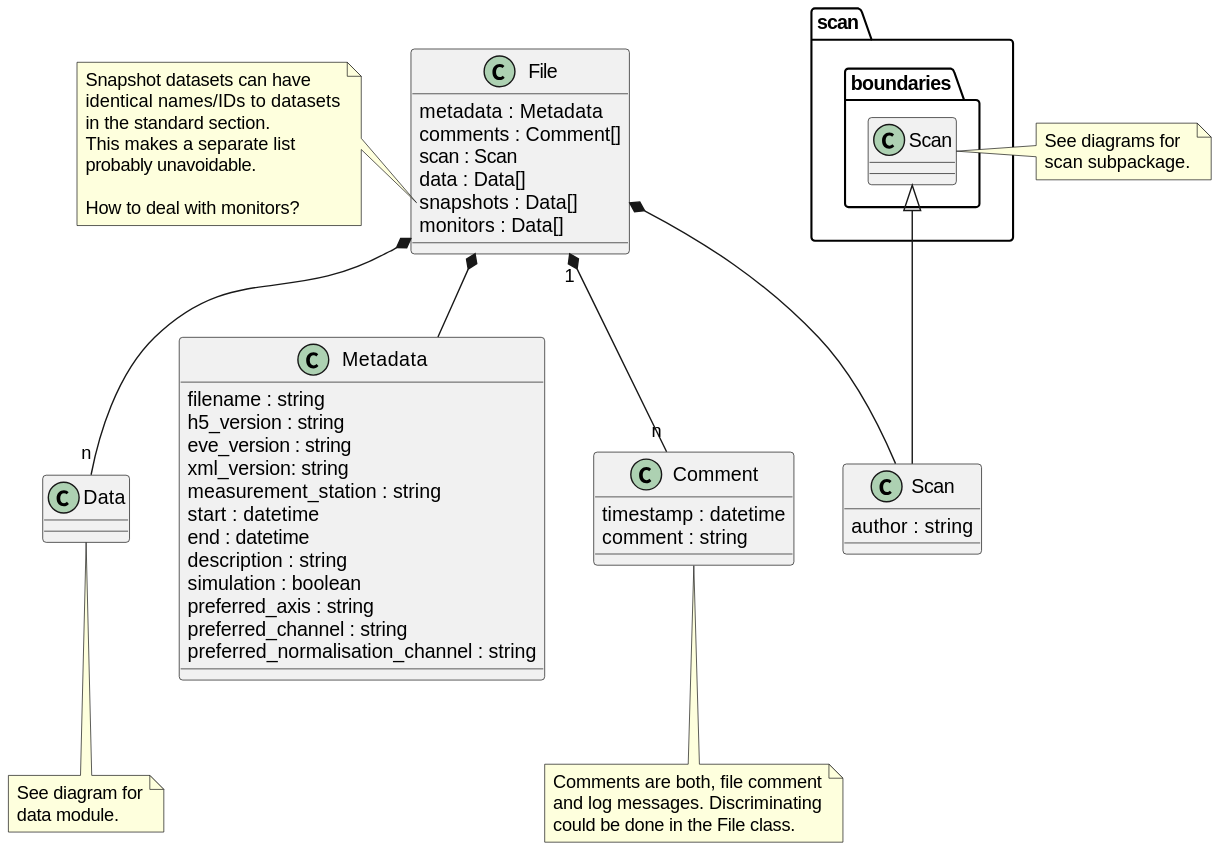
The PlantUML diagram docs/uml/evedata.evefile.file.svg in tillbiskup/evedata, before a commit.
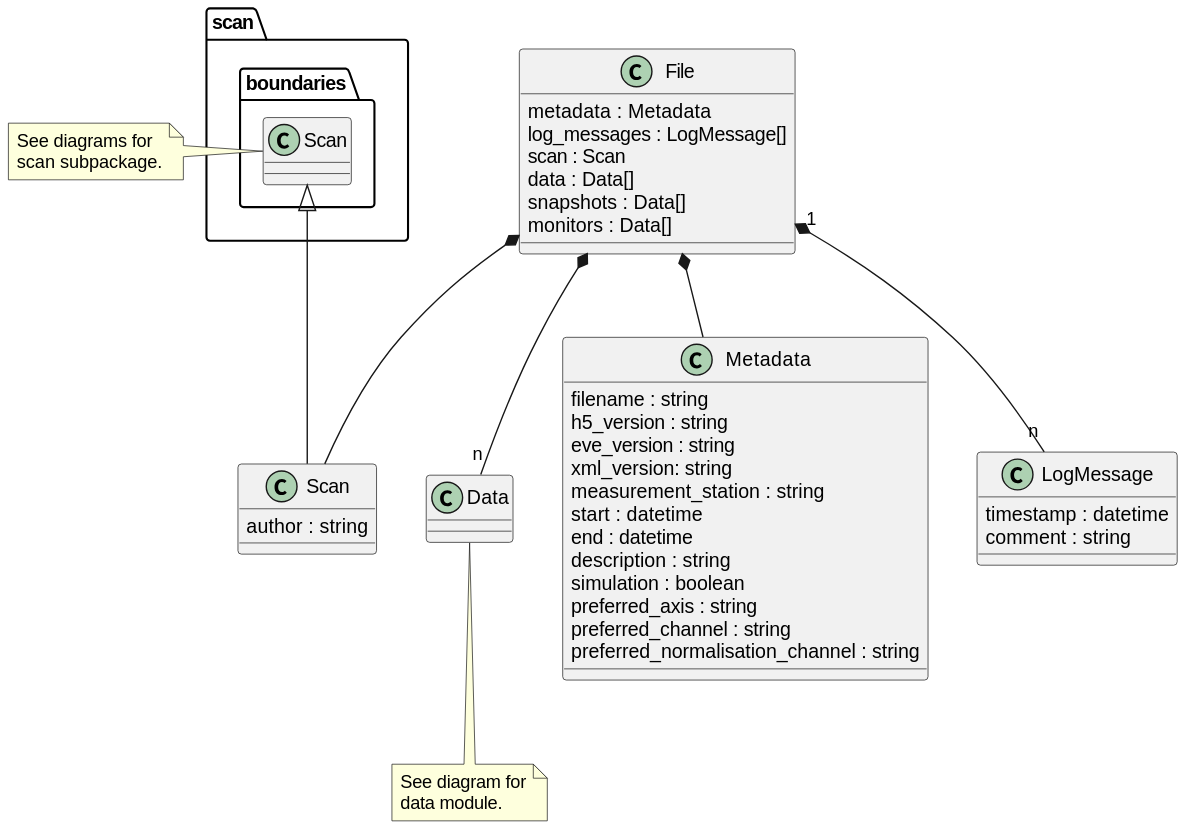
The same file after the commit.

Commit message:
Rename comments to log_messages for consistency

What changed in the source:
```diff
@@ -1,21 +1,12 @@
 @startuml
 class File {
     metadata : Metadata
-    comments : Comment[]
+    log_messages : LogMessage[]
     scan : Scan
     data : Data[]
     snapshots : Data[]
     monitors : Data[]
 }
-note left of File::snapshots
-    Snapshot datasets can have
-    identical names/IDs to datasets
-    in the standard section.
-    This makes a separate list
-    probably unavoidable.
-
-    How to deal with monitors?
-end note
 
 File *-- "n" Data
 note bottom: See diagram for\ndata module.
@@ -35,22 +26,17 @@
     preferred_normalisation_channel : string
 }
 
-class Comment {
+class LogMessage {
     timestamp : datetime
     comment : string
 }
-note bottom of Comment
-    Comments are both, file comment
-    and log messages. Discriminating
-    could be done in the File class.
-end note
 
 class Scan extends scan.boundaries.Scan {
     author : string
 }
-note right: See diagrams for\nscan subpackage.
+note left: See diagrams for\nscan subpackage.
 
 File *-- Metadata
-File "1" *-- "n" Comment
+File "1" *-- "n" LogMessage
 File *-- Scan
 @enduml
```
